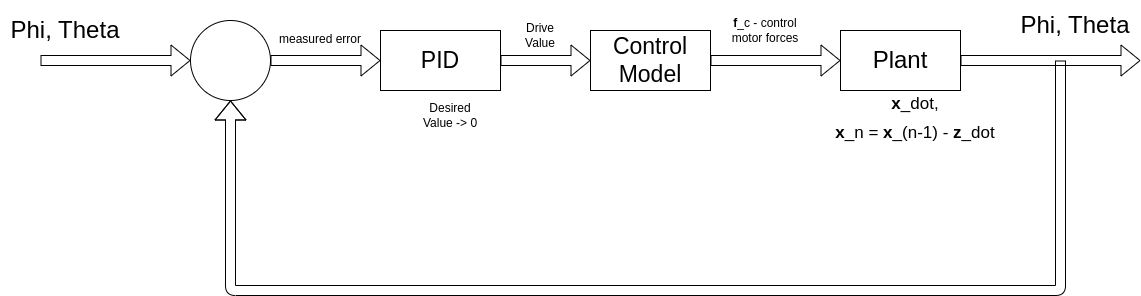
Earlier version of the draw.io export diagrams/pitchroll-current-control.png (lherlein/copter-control). Source tidied: cells renumbered, new cells last; positions are measured from the earlier drawing's top-left corner, leaving out a move shared by most shapes.
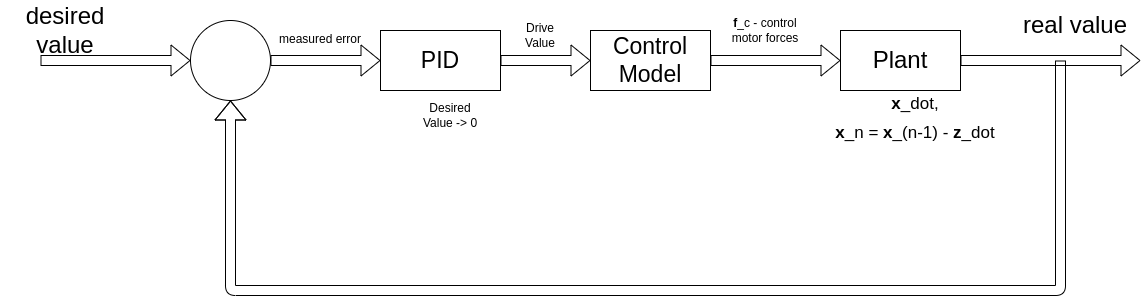
The same diagram one commit later.

What changed in the source:
```diff
@@ -45,10 +45,10 @@
         <mxPoint x="1140" y="60" as="targetPoint" />
       </mxGeometry>
     </mxCell>
-    <mxCell id="15" value="Phi, Theta" style="text;html=1;strokeColor=none;fillColor=none;align=center;verticalAlign=middle;whiteSpace=wrap;rounded=0;fontSize=24;" parent="1" vertex="1">
+    <mxCell id="15" value="real value" style="text;html=1;strokeColor=none;fillColor=none;align=center;verticalAlign=middle;whiteSpace=wrap;rounded=0;fontSize=24;" parent="1" vertex="1">
       <mxGeometry x="1010" width="130" height="50" as="geometry" />
     </mxCell>
-    <mxCell id="16" value="Phi, Theta" style="text;html=1;strokeColor=none;fillColor=none;align=center;verticalAlign=middle;whiteSpace=wrap;rounded=0;fontSize=24;" parent="1" vertex="1">
+    <mxCell id="16" value="desired value" style="text;html=1;strokeColor=none;fillColor=none;align=center;verticalAlign=middle;whiteSpace=wrap;rounded=0;fontSize=24;" parent="1" vertex="1">
       <mxGeometry y="4.5" width="130" height="50" as="geometry" />
     </mxCell>
     <mxCell id="17" style="shape=flexArrow;endArrow=classic;html=1;fontSize=24;entryX=0.5;entryY=1;entryDx=0;entryDy=0;" parent="1" edge="1" target="2">
```
